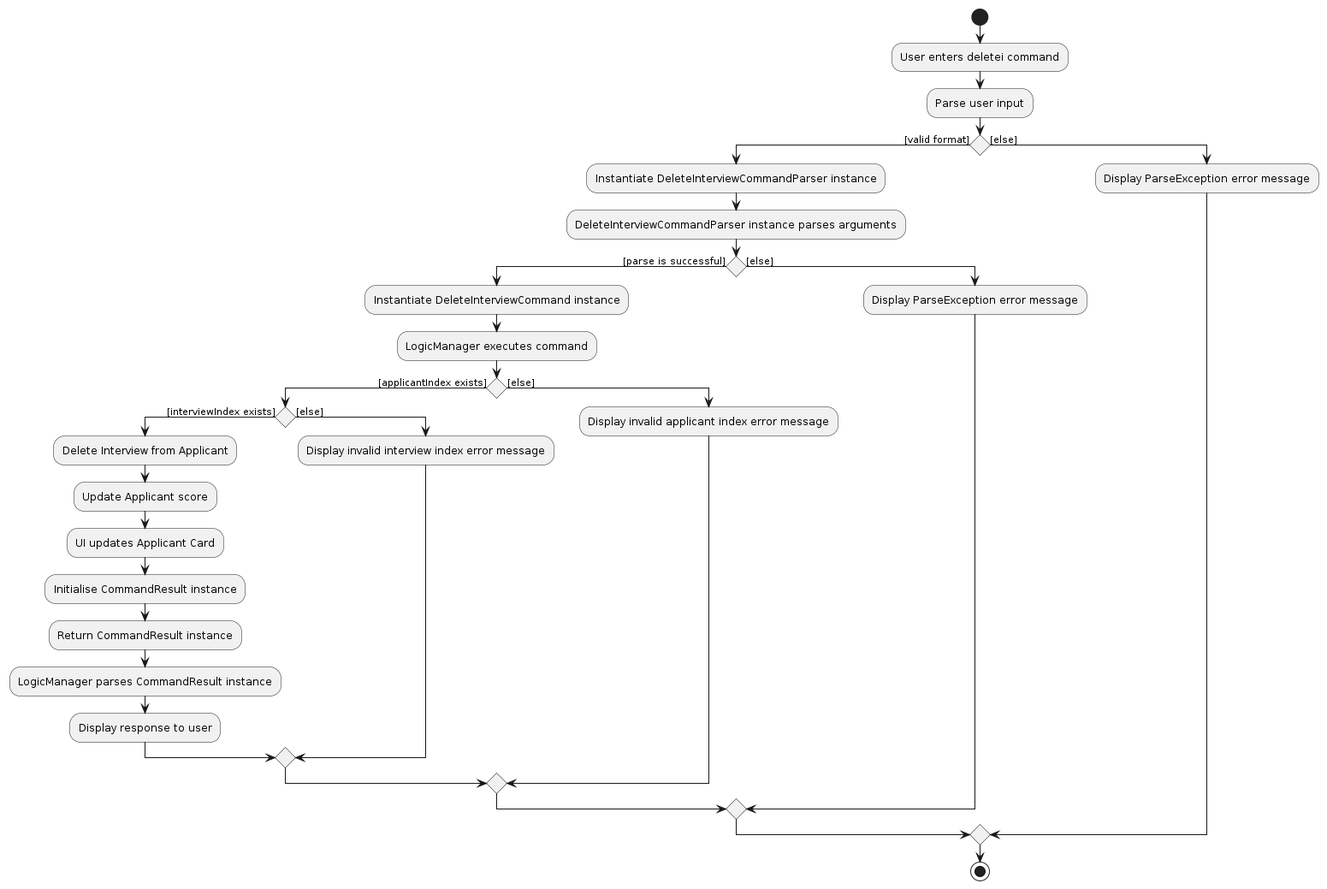
Before: diagrams/DeleteInterviewActivityDiagram.png, a diagram exported from PlantUML (craigtonlian/tp). Its source is kept beside it as diagrams/DeleteInterviewActivityDiagram.puml. Its diagram source:
```plantuml
@startuml

start
:User enters deletei command;

:Parse user input;

if () then ([valid format])
    :Instantiate DeleteInterviewCommandParser instance;
    :DeleteInterviewCommandParser instance parses arguments;
    if () then ([parse is successful])
        :Instantiate DeleteInterviewCommand instance;
        :LogicManager executes command;
        if () then ([applicantIndex exists])
            if () then ([interviewIndex exists])
            :Delete Interview from Applicant;
            :Update Applicant score;
            :UI updates Applicant Card;
            :Initialise CommandResult instance;
            :Return CommandResult instance;
            :LogicManager parses CommandResult instance;
            :Display response to user;
            else ([else])
                :Display invalid interview index error message;
            endif
        else ([else])
            :Display invalid applicant index error message;
        endif
    else ([else])
        :Display ParseException error message;
    endif
else ([else])
:Display ParseException error message;
endif
stop

@enduml
```
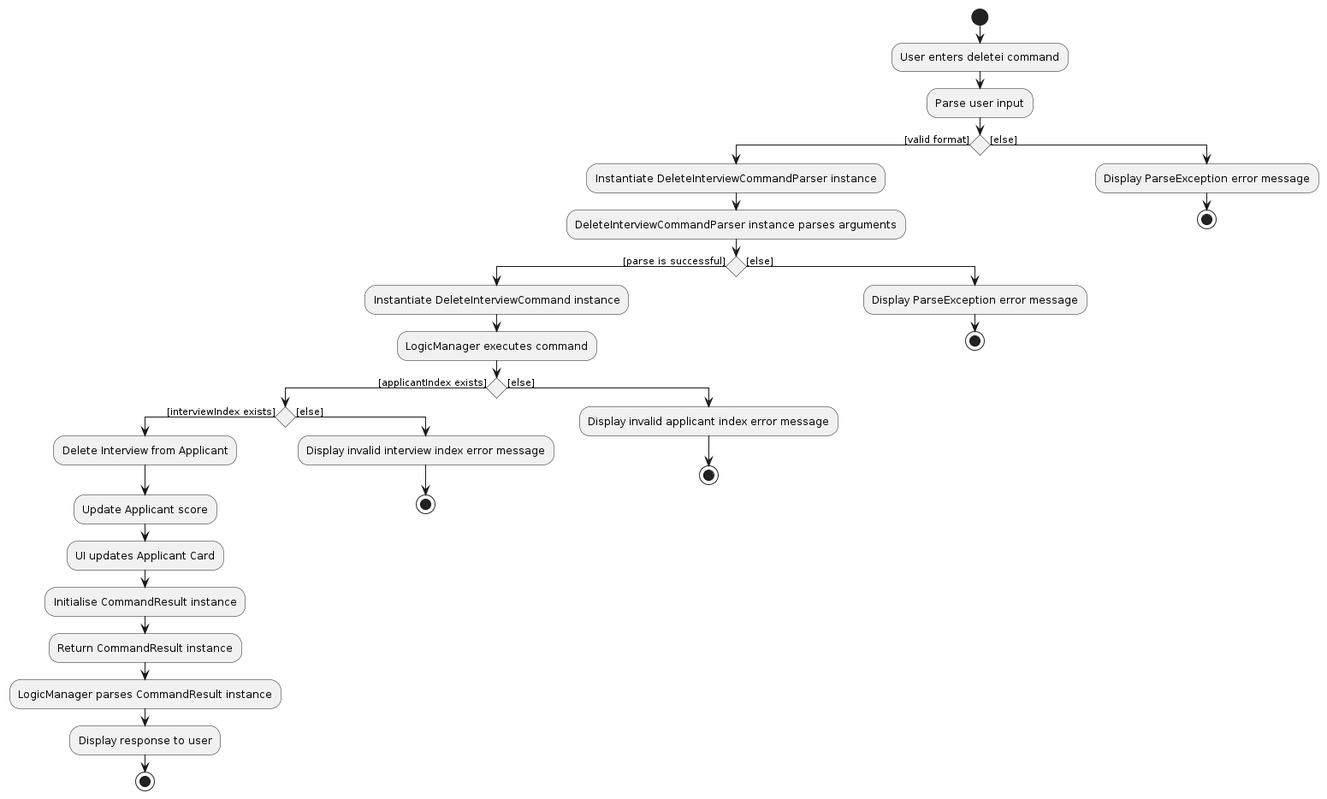
Above is the later version.

The edit, as a diff of the source:
```diff
@@ -20,18 +20,23 @@
             :Return CommandResult instance;
             :LogicManager parses CommandResult instance;
             :Display response to user;
+            stop
             else ([else])
                 :Display invalid interview index error message;
+                stop
             endif
         else ([else])
             :Display invalid applicant index error message;
+            stop
         endif
     else ([else])
         :Display ParseException error message;
+        stop
     endif
 else ([else])
 :Display ParseException error message;
+stop
 endif
-stop
+
 
 @enduml
```
